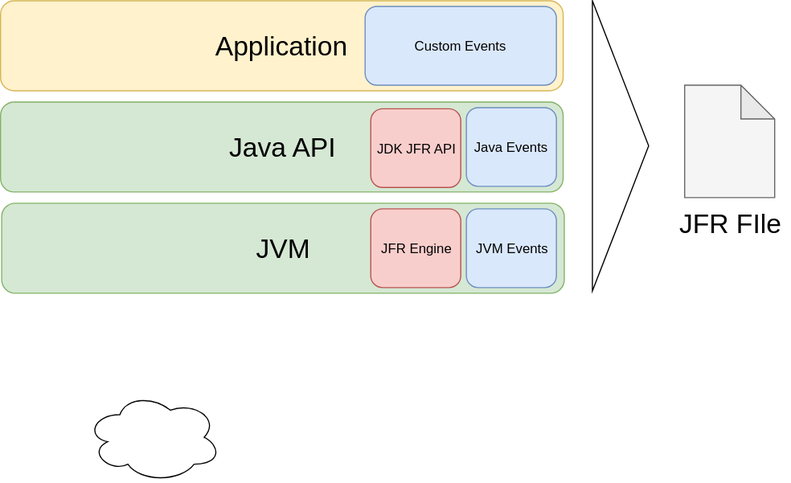
koduki/koduki.github.io keeps this draw.io diagram as docs/book-introduction-of-jfr/site/images/002-jfr_dataflow.svg. Above is the earlier version. Source tidied: cells renumbered, new cells last; positions are measured from the earlier drawing's top-left corner, leaving out a move shared by most shapes.
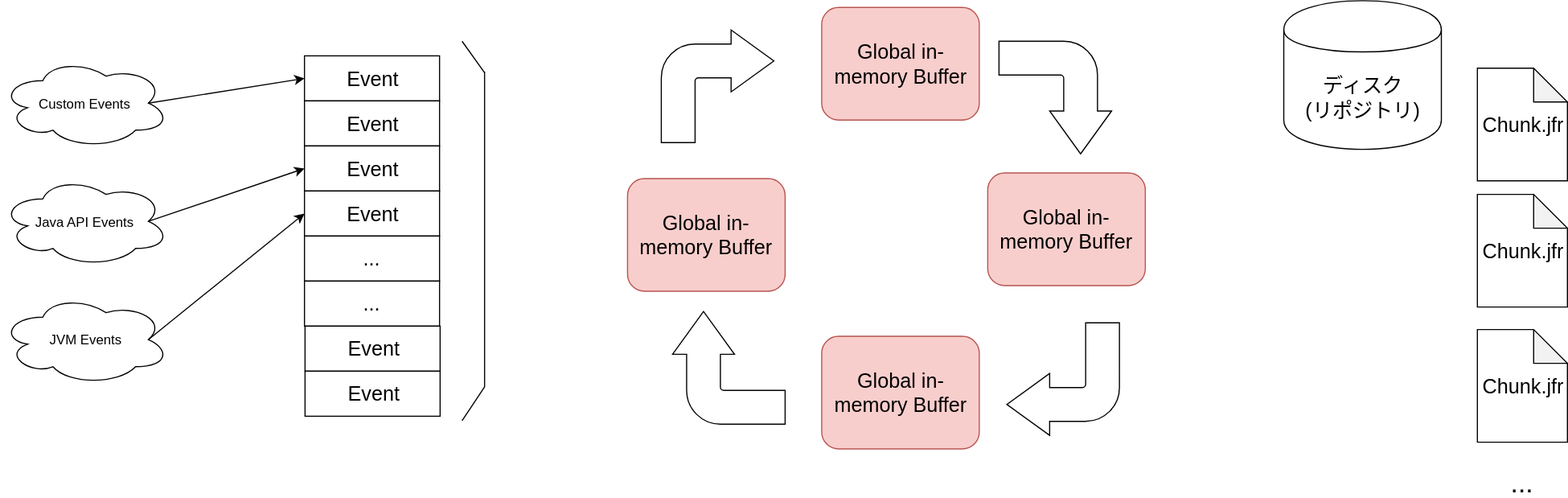
The same file after the commit.

The edit, as a diff of the source:
```diff
@@ -2,41 +2,104 @@
   <root>
     <mxCell id="0" />
     <mxCell id="1" parent="0" />
-    <mxCell id="2" value="&lt;font style=&quot;font-size: 24px&quot;&gt;JVM&lt;/font&gt;" style="shape=ext;rounded=1;html=1;whiteSpace=wrap;fillColor=#d5e8d4;strokeColor=#82b366;" parent="1" vertex="1">
-      <mxGeometry x="1" y="180" width="500" height="80" as="geometry" />
-    </mxCell>
-    <mxCell id="3" value="&lt;font style=&quot;font-size: 24px&quot;&gt;Java API&lt;/font&gt;" style="shape=ext;rounded=1;html=1;whiteSpace=wrap;fillColor=#d5e8d4;strokeColor=#82b366;" parent="1" vertex="1">
-      <mxGeometry y="90" width="500" height="80" as="geometry" />
-    </mxCell>
-    <mxCell id="4" value="&lt;font style=&quot;font-size: 24px&quot;&gt;Application&lt;/font&gt;" style="shape=ext;rounded=1;html=1;whiteSpace=wrap;fillColor=#fff2cc;strokeColor=#d6b656;" parent="1" vertex="1">
-      <mxGeometry width="500" height="80" as="geometry" />
-    </mxCell>
-    <mxCell id="5" value="Java Events" style="shape=ext;rounded=1;html=1;whiteSpace=wrap;fillColor=#dae8fc;strokeColor=#6c8ebf;" parent="1" vertex="1">
-      <mxGeometry x="414" y="95" width="80" height="70" as="geometry" />
-    </mxCell>
-    <mxCell id="6" value="JDK JFR API" style="shape=ext;rounded=1;html=1;whiteSpace=wrap;fillColor=#f8cecc;strokeColor=#b85450;" parent="1" vertex="1">
-      <mxGeometry x="329" y="96" width="80" height="70" as="geometry" />
-    </mxCell>
+    <mxCell id="8" value="&lt;font style=&quot;font-size: 18px&quot;&gt;Global in-memory Buffer&lt;/font&gt;" style="shape=ext;rounded=1;html=1;whiteSpace=wrap;fillColor=#f8cecc;strokeColor=#b85450;" parent="1" vertex="1">
+      <mxGeometry x="755.5" y="8" width="140" height="100" as="geometry" />
+    </mxCell>
+    <mxCell id="13" value="Java API Events" style="ellipse;shape=cloud;whiteSpace=wrap;html=1;" parent="1" vertex="1">
+      <mxGeometry x="26" y="158" width="150" height="80" as="geometry" />
+    </mxCell>
+    <mxCell id="9" value="Custom Events" style="ellipse;shape=cloud;whiteSpace=wrap;html=1;" parent="1" vertex="1">
+      <mxGeometry x="26" y="53" width="150" height="80" as="geometry" />
+    </mxCell>
-    <mxCell id="7" value="JVM Events" style="shape=ext;rounded=1;html=1;whiteSpace=wrap;fillColor=#dae8fc;strokeColor=#6c8ebf;" parent="1" vertex="1">
-      <mxGeometry x="414" y="185" width="80" height="70" as="geometry" />
+    <mxCell id="7" value="JVM Events" style="ellipse;shape=cloud;whiteSpace=wrap;html=1;" parent="1" vertex="1">
+      <mxGeometry x="26" y="263" width="150" height="80" as="geometry" />
     </mxCell>
-    <mxCell id="8" value="JFR Engine" style="shape=ext;rounded=1;html=1;whiteSpace=wrap;fillColor=#f8cecc;strokeColor=#b85450;" parent="1" vertex="1">
-      <mxGeometry x="329" y="185" width="80" height="70" as="geometry" />
-    </mxCell>
-    <mxCell id="9" value="Custom Events" style="shape=ext;rounded=1;html=1;whiteSpace=wrap;fillColor=#dae8fc;strokeColor=#6c8ebf;" parent="1" vertex="1">
-      <mxGeometry x="324" y="5" width="170" height="70" as="geometry" />
-    </mxCell>
-    <mxCell id="10" style="triangle;whiteSpace=wrap;html=1;" parent="1" vertex="1">
-      <mxGeometry x="526" width="50" height="258" as="geometry" />
-    </mxCell>
-    <mxCell id="11" style="shape=note;whiteSpace=wrap;html=1;backgroundOutline=1;darkOpacity=0.05;fillColor=#f5f5f5;strokeColor=#666666;fontColor=#333333;" parent="1" vertex="1">
-      <mxGeometry x="608" y="75" width="80" height="100" as="geometry" />
-    </mxCell>
-    <mxCell id="12" value="&lt;font style=&quot;font-size: 24px&quot;&gt;JFR FIle&lt;/font&gt;" style="text;html=1;strokeColor=none;fillColor=none;align=center;verticalAlign=middle;whiteSpace=wrap;rounded=0;" parent="1" vertex="1">
-      <mxGeometry x="594" y="188" width="108" height="20" as="geometry" />
-    </mxCell>
-    <mxCell id="13" style="ellipse;shape=cloud;whiteSpace=wrap;html=1;" parent="1" vertex="1">
-      <mxGeometry x="76" y="348" width="120" height="80" as="geometry" />
-    </mxCell>
+    <mxCell id="14" value="&lt;font style=&quot;font-size: 18px&quot;&gt;Event&lt;/font&gt;" style="rounded=0;whiteSpace=wrap;html=1;" parent="1" vertex="1">
+      <mxGeometry x="296" y="51" width="120" height="40" as="geometry" />
+    </mxCell>
+    <mxCell id="15" value="&lt;font style=&quot;font-size: 18px&quot;&gt;Event&lt;/font&gt;" style="rounded=0;whiteSpace=wrap;html=1;" parent="1" vertex="1">
+      <mxGeometry x="296" y="91" width="120" height="40" as="geometry" />
+    </mxCell>
+    <mxCell id="16" value="&lt;font style=&quot;font-size: 18px&quot;&gt;Event&lt;/font&gt;" style="rounded=0;whiteSpace=wrap;html=1;" parent="1" vertex="1">
+      <mxGeometry x="296" y="131" width="120" height="40" as="geometry" />
+    </mxCell>
+    <mxCell id="17" value="&lt;font style=&quot;font-size: 18px&quot;&gt;Event&lt;/font&gt;" style="rounded=0;whiteSpace=wrap;html=1;" parent="1" vertex="1">
+      <mxGeometry x="296" y="171" width="120" height="40" as="geometry" />
+    </mxCell>
+    <mxCell id="18" value="&lt;font style=&quot;font-size: 18px&quot;&gt;...&lt;/font&gt;" style="rounded=0;whiteSpace=wrap;html=1;" parent="1" vertex="1">
+      <mxGeometry x="296" y="211" width="120" height="40" as="geometry" />
+    </mxCell>
+    <mxCell id="19" value="&lt;font style=&quot;font-size: 18px&quot;&gt;...&lt;/font&gt;" style="rounded=0;whiteSpace=wrap;html=1;" parent="1" vertex="1">
+      <mxGeometry x="296" y="251" width="120" height="40" as="geometry" />
+    </mxCell>
+    <mxCell id="20" value="&lt;font style=&quot;font-size: 18px&quot;&gt;Event&lt;/font&gt;" style="rounded=0;whiteSpace=wrap;html=1;" parent="1" vertex="1">
+      <mxGeometry x="296.5" y="291" width="120" height="40" as="geometry" />
+    </mxCell>
+    <mxCell id="21" value="&lt;font style=&quot;font-size: 18px&quot;&gt;Event&lt;/font&gt;" style="rounded=0;whiteSpace=wrap;html=1;" parent="1" vertex="1">
+      <mxGeometry x="296.5" y="331" width="120" height="40" as="geometry" />
+    </mxCell>
+    <mxCell id="22" style="endArrow=classic;html=1;exitX=0.875;exitY=0.5;exitDx=0;exitDy=0;exitPerimeter=0;entryX=0;entryY=0.5;entryDx=0;entryDy=0;" parent="1" edge="1" source="9" target="14">
+      <mxGeometry relative="1" as="geometry" />
+    </mxCell>
+    <mxCell id="23" style="endArrow=classic;html=1;exitX=0.875;exitY=0.5;exitDx=0;exitDy=0;exitPerimeter=0;entryX=0;entryY=0.5;entryDx=0;entryDy=0;" parent="1" edge="1" source="13" target="16">
+      <mxGeometry relative="1" as="geometry" />
+    </mxCell>
+    <mxCell id="24" style="endArrow=classic;html=1;exitX=0.875;exitY=0.5;exitDx=0;exitDy=0;exitPerimeter=0;entryX=0;entryY=0.5;entryDx=0;entryDy=0;" parent="1" edge="1" source="7" target="17">
+      <mxGeometry relative="1" as="geometry" />
+    </mxCell>
+    <mxCell id="25" value="&lt;font style=&quot;font-size: 18px&quot;&gt;Global in-memory Buffer&lt;/font&gt;" style="shape=ext;rounded=1;html=1;whiteSpace=wrap;fillColor=#f8cecc;strokeColor=#b85450;" parent="1" vertex="1">
+      <mxGeometry x="583" y="160" width="140" height="100" as="geometry" />
+    </mxCell>
+    <mxCell id="26" value="&lt;font style=&quot;font-size: 18px&quot;&gt;Global in-memory Buffer&lt;/font&gt;" style="shape=ext;rounded=1;html=1;whiteSpace=wrap;fillColor=#f8cecc;strokeColor=#b85450;" parent="1" vertex="1">
+      <mxGeometry x="755.5" y="300" width="140" height="100" as="geometry" />
+    </mxCell>
+    <mxCell id="27" value="&lt;font style=&quot;font-size: 18px&quot;&gt;Global in-memory Buffer&lt;/font&gt;" style="shape=ext;rounded=1;html=1;whiteSpace=wrap;fillColor=#f8cecc;strokeColor=#b85450;" parent="1" vertex="1">
+      <mxGeometry x="903" y="155" width="140" height="100" as="geometry" />
+    </mxCell>
+    <mxCell id="28" style="html=1;shadow=0;dashed=0;align=center;verticalAlign=middle;shape=mxgraph.arrows2.bendArrow;dy=15;dx=38;notch=0;arrowHead=55;rounded=1;rotation=90;" parent="1" vertex="1">
+      <mxGeometry x="913" y="38" width="100" height="100" as="geometry" />
+    </mxCell>
+    <mxCell id="29" style="html=1;shadow=0;dashed=0;align=center;verticalAlign=middle;shape=mxgraph.arrows2.bendArrow;dy=15;dx=38;notch=0;arrowHead=55;rounded=1;rotation=90;direction=south;" parent="1" vertex="1">
+      <mxGeometry x="920" y="288" width="100" height="100" as="geometry" />
+    </mxCell>
+    <mxCell id="30" style="html=1;shadow=0;dashed=0;align=center;verticalAlign=middle;shape=mxgraph.arrows2.bendArrow;dy=15;dx=38;notch=0;arrowHead=55;rounded=1;rotation=90;direction=west;" parent="1" vertex="1">
+      <mxGeometry x="623" y="278" width="100" height="100" as="geometry" />
+    </mxCell>
+    <mxCell id="31" style="html=1;shadow=0;dashed=0;align=center;verticalAlign=middle;shape=mxgraph.arrows2.bendArrow;dy=15;dx=38;notch=0;arrowHead=55;rounded=1;rotation=90;direction=north;" parent="1" vertex="1">
+      <mxGeometry x="613" y="28" width="100" height="100" as="geometry" />
+    </mxCell>
+    <mxCell id="32" value="&lt;font style=&quot;font-size: 18px&quot;&gt;ディスク&lt;br&gt;(リポジトリ)&lt;/font&gt;" style="shape=cylinder;whiteSpace=wrap;html=1;boundedLbl=1;backgroundOutline=1;" parent="1" vertex="1">
+      <mxGeometry x="1166" y="2" width="140" height="132" as="geometry" />
+    </mxCell>
+    <mxCell id="33" value="&lt;font style=&quot;font-size: 18px&quot;&gt;Chunk.jfr&lt;/font&gt;" style="shape=note;whiteSpace=wrap;html=1;backgroundOutline=1;darkOpacity=0.05;" parent="1" vertex="1">
+      <mxGeometry x="1338" y="62" width="80" height="100" as="geometry" />
+    </mxCell>
+    <mxCell id="34" value="&lt;font style=&quot;font-size: 18px&quot;&gt;Chunk.jfr&lt;/font&gt;" style="shape=note;whiteSpace=wrap;html=1;backgroundOutline=1;darkOpacity=0.05;" parent="1" vertex="1">
+      <mxGeometry x="1338" y="174" width="80" height="100" as="geometry" />
+    </mxCell>
+    <mxCell id="35" value="&lt;font style=&quot;font-size: 18px&quot;&gt;Chunk.jfr&lt;/font&gt;" style="shape=note;whiteSpace=wrap;html=1;backgroundOutline=1;darkOpacity=0.05;" parent="1" vertex="1">
+      <mxGeometry x="1338" y="294" width="80" height="100" as="geometry" />
+    </mxCell>
+    <mxCell id="36" value="&lt;font style=&quot;font-size: 24px&quot;&gt;...&lt;/font&gt;" style="text;html=1;align=left;verticalAlign=top;spacingTop=-4;" parent="1" vertex="1">
+      <mxGeometry x="1366" y="414" width="40" height="20" as="geometry" />
+    </mxCell>
+    <mxCell id="37" style="endArrow=none;html=1;" parent="1" edge="1">
+      <mxGeometry relative="1" as="geometry">
+        <mxPoint x="456" y="345" as="sourcePoint" />
+        <mxPoint x="456" y="65" as="targetPoint" />
+      </mxGeometry>
+    </mxCell>
+    <mxCell id="38" style="endArrow=none;html=1;" parent="1" edge="1">
+      <mxGeometry relative="1" as="geometry">
+        <mxPoint x="456" y="66" as="sourcePoint" />
+        <mxPoint x="436" y="38" as="targetPoint" />
+      </mxGeometry>
+    </mxCell>
+    <mxCell id="39" style="endArrow=none;html=1;" parent="1" edge="1">
+      <mxGeometry relative="1" as="geometry">
+        <mxPoint x="456" y="345" as="sourcePoint" />
+        <mxPoint x="436" y="375" as="targetPoint" />
+      </mxGeometry>
+    </mxCell>
   </root>
 </mxGraphModel>
```
